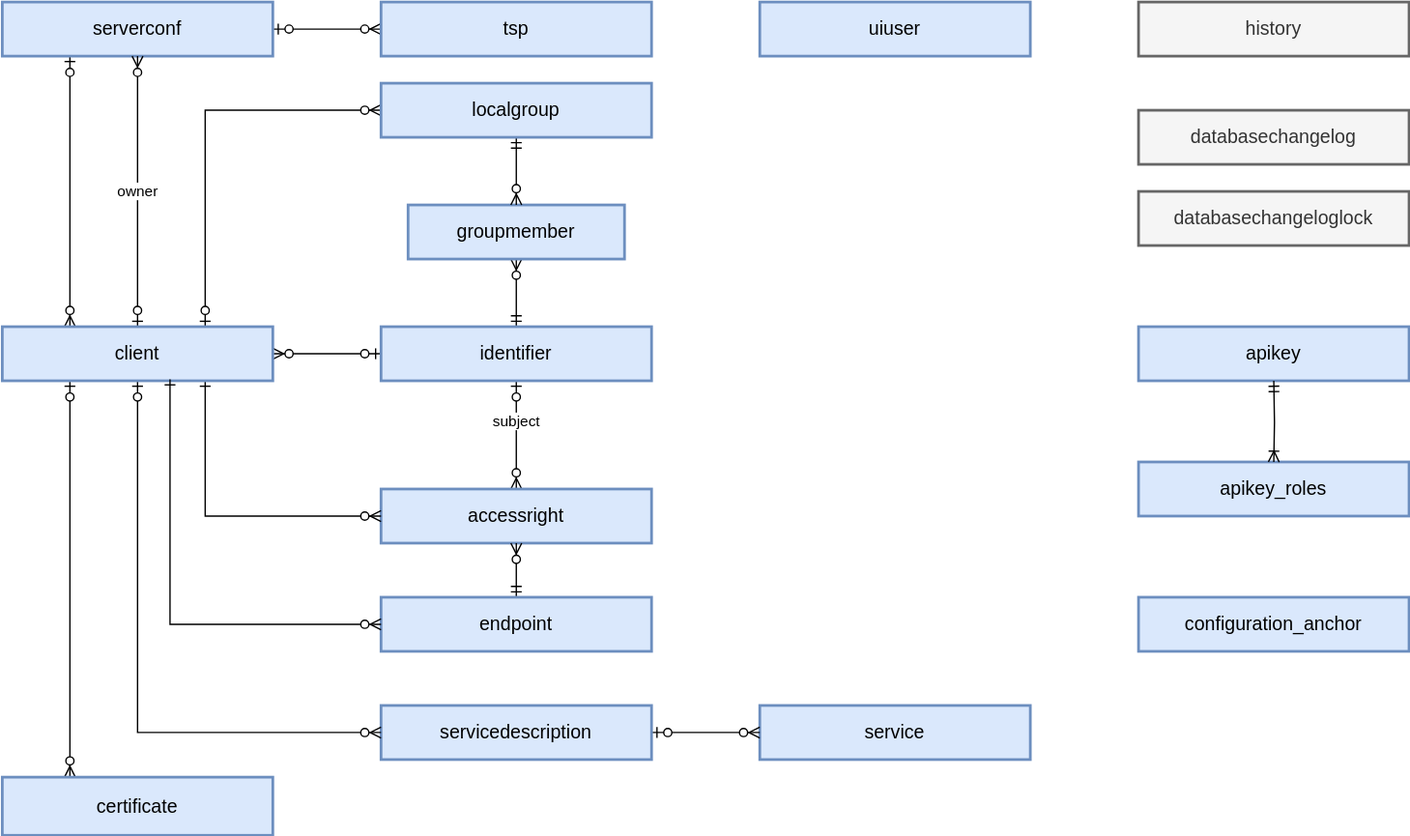
Above: doc/DataModels/img/dm-ss_x-road_security_server_configuration_data_model.svg in nordic-institute/X-Road (draw.io), before the change. Source tidied: cells renumbered, new cells last; positions are measured from the earlier drawing's top-left corner, leaving out a move shared by most shapes. The source it was exported from:
```xml
<mxGraphModel background="#ffffff">
  <root>
    <mxCell id="0" />
    <mxCell id="1" parent="0" />
    <mxCell id="2" value="service&lt;br&gt;" style="strokeWidth=2;whiteSpace=wrap;html=1;align=center;fontSize=14;fillColor=#dae8fc;strokeColor=#6c8ebf;" parent="1" vertex="1">
      <mxGeometry x="560" y="520" width="200" height="40" as="geometry" />
    </mxCell>
    <mxCell id="3" style="edgeStyle=orthogonalEdgeStyle;rounded=0;jettySize=auto;html=1;exitX=1;exitY=0.5;exitDx=0;exitDy=0;entryX=0;entryY=0.5;entryDx=0;entryDy=0;startArrow=ERzeroToOne;startFill=1;endArrow=ERzeroToMany;endFill=1;" parent="1" edge="1" source="4" target="2">
      <mxGeometry relative="1" as="geometry" />
    </mxCell>
    <mxCell id="4" value="servicedescription&lt;br&gt;" style="strokeWidth=2;whiteSpace=wrap;html=1;align=center;fontSize=14;fillColor=#dae8fc;strokeColor=#6c8ebf;" parent="1" vertex="1">
      <mxGeometry x="280" y="520" width="200" height="40" as="geometry" />
    </mxCell>
    <mxCell id="5" style="edgeStyle=orthogonalEdgeStyle;rounded=0;jettySize=auto;html=1;exitX=0;exitY=0.5;exitDx=0;exitDy=0;startArrow=ERzeroToOne;startFill=1;endArrow=ERzeroToMany;endFill=1;comic=0;" parent="1" edge="1" source="8" target="24">
      <mxGeometry relative="1" as="geometry" />
    </mxCell>
    <mxCell id="6" value="subject&lt;br&gt;" style="edgeStyle=orthogonalEdgeStyle;rounded=0;jettySize=auto;html=1;exitX=0.5;exitY=1;exitDx=0;exitDy=0;entryX=0.5;entryY=0;entryDx=0;entryDy=0;startArrow=ERzeroToOne;startFill=1;endArrow=ERzeroToMany;endFill=1;" parent="1" edge="1" source="8" target="10">
      <mxGeometry x="-0.25" relative="1" as="geometry" />
    </mxCell>
    <mxCell id="7" style="edgeStyle=orthogonalEdgeStyle;rounded=0;jettySize=auto;html=1;exitX=0.5;exitY=0;exitDx=0;exitDy=0;entryX=0.5;entryY=1;entryDx=0;entryDy=0;startArrow=ERmandOne;startFill=0;endArrow=ERzeroToMany;endFill=1;" parent="1" edge="1" source="8" target="9">
      <mxGeometry relative="1" as="geometry" />
    </mxCell>
    <mxCell id="8" value="identifier&lt;br&gt;" style="strokeWidth=2;whiteSpace=wrap;html=1;align=center;fontSize=14;fillColor=#dae8fc;strokeColor=#6c8ebf;" parent="1" vertex="1">
      <mxGeometry x="280" y="240" width="200" height="40" as="geometry" />
    </mxCell>
    <mxCell id="9" value="groupmember&lt;br&gt;" style="strokeWidth=2;whiteSpace=wrap;html=1;align=center;fontSize=14;fillColor=#dae8fc;strokeColor=#6c8ebf;" parent="1" vertex="1">
      <mxGeometry x="300" y="150" width="160" height="40" as="geometry" />
    </mxCell>
    <mxCell id="10" value="accessright&lt;br&gt;" style="strokeWidth=2;whiteSpace=wrap;html=1;align=center;fontSize=14;fillColor=#dae8fc;strokeColor=#6c8ebf;" parent="1" vertex="1">
      <mxGeometry x="280" y="360" width="200" height="40" as="geometry" />
    </mxCell>
    <mxCell id="11" value="databasechangeloglock&lt;br&gt;" style="strokeWidth=2;whiteSpace=wrap;html=1;align=center;fontSize=14;fillColor=#f5f5f5;strokeColor=#666666;fontColor=#333333;" parent="1" vertex="1">
      <mxGeometry x="840" y="140" width="200" height="40" as="geometry" />
    </mxCell>
    <mxCell id="12" value="databasechangelog&lt;br&gt;" style="strokeWidth=2;whiteSpace=wrap;html=1;align=center;fontSize=14;fillColor=#f5f5f5;strokeColor=#666666;fontColor=#333333;" parent="1" vertex="1">
      <mxGeometry x="840" y="80" width="200" height="40" as="geometry" />
    </mxCell>
    <mxCell id="13" value="history&lt;br&gt;" style="strokeWidth=2;whiteSpace=wrap;html=1;align=center;fontSize=14;fillColor=#f5f5f5;strokeColor=#666666;fontColor=#333333;" parent="1" vertex="1">
      <mxGeometry x="840" width="200" height="40" as="geometry" />
    </mxCell>
    <mxCell id="14" value="uiuser&lt;br&gt;" style="strokeWidth=2;whiteSpace=wrap;html=1;align=center;fontSize=14;fillColor=#dae8fc;strokeColor=#6c8ebf;" parent="1" vertex="1">
      <mxGeometry x="560" width="200" height="40" as="geometry" />
    </mxCell>
    <mxCell id="15" style="edgeStyle=orthogonalEdgeStyle;rounded=0;jettySize=auto;html=1;exitX=1;exitY=0.5;exitDx=0;exitDy=0;entryX=0;entryY=0.5;entryDx=0;entryDy=0;startArrow=ERzeroToOne;startFill=1;endArrow=ERzeroToMany;endFill=1;" parent="1" edge="1" source="17" target="18">
      <mxGeometry relative="1" as="geometry" />
    </mxCell>
    <mxCell id="16" style="edgeStyle=orthogonalEdgeStyle;rounded=0;jettySize=auto;html=1;exitX=0.25;exitY=1;exitDx=0;exitDy=0;startArrow=ERzeroToOne;startFill=1;endArrow=ERzeroToMany;endFill=1;entryX=0.25;entryY=0;entryDx=0;entryDy=0;" parent="1" edge="1" source="17" target="24">
      <mxGeometry relative="1" as="geometry" />
    </mxCell>
    <mxCell id="17" value="serverconf&lt;br&gt;" style="strokeWidth=2;whiteSpace=wrap;html=1;align=center;fontSize=14;fillColor=#dae8fc;strokeColor=#6c8ebf;" parent="1" vertex="1">
      <mxGeometry width="200" height="40" as="geometry" />
    </mxCell>
    <mxCell id="18" value="tsp&lt;br&gt;" style="strokeWidth=2;whiteSpace=wrap;html=1;align=center;fontSize=14;fillColor=#dae8fc;strokeColor=#6c8ebf;" parent="1" vertex="1">
      <mxGeometry x="280" width="200" height="40" as="geometry" />
    </mxCell>
    <mxCell id="19" value="owner&lt;br&gt;" style="edgeStyle=orthogonalEdgeStyle;rounded=0;jettySize=auto;html=1;exitX=0.5;exitY=0;exitDx=0;exitDy=0;entryX=0.5;entryY=1;entryDx=0;entryDy=0;startArrow=ERzeroToOne;startFill=1;endArrow=ERzeroToMany;endFill=1;" parent="1" edge="1" source="24" target="17">
      <mxGeometry relative="1" as="geometry" />
    </mxCell>
    <mxCell id="20" style="edgeStyle=orthogonalEdgeStyle;rounded=0;jettySize=auto;html=1;exitX=0.5;exitY=1;exitDx=0;exitDy=0;entryX=0;entryY=0.5;entryDx=0;entryDy=0;startArrow=ERzeroToOne;startFill=1;endArrow=ERzeroToMany;endFill=1;" parent="1" edge="1" source="24" target="4">
      <mxGeometry relative="1" as="geometry" />
    </mxCell>
    <mxCell id="21" style="edgeStyle=orthogonalEdgeStyle;rounded=0;jettySize=auto;html=1;exitX=0.75;exitY=1;exitDx=0;exitDy=0;entryX=0;entryY=0.5;entryDx=0;entryDy=0;startArrow=ERone;startFill=0;endArrow=ERzeroToMany;endFill=1;" parent="1" edge="1" source="24" target="10">
      <mxGeometry x="-0.39" relative="1" as="geometry" />
    </mxCell>
    <mxCell id="22" style="edgeStyle=orthogonalEdgeStyle;rounded=0;jettySize=auto;html=1;exitX=0.75;exitY=0;exitDx=0;exitDy=0;entryX=0;entryY=0.5;entryDx=0;entryDy=0;startArrow=ERzeroToOne;startFill=1;endArrow=ERzeroToMany;endFill=1;" parent="1" edge="1" source="24" target="26">
      <mxGeometry relative="1" as="geometry" />
    </mxCell>
    <mxCell id="23" style="edgeStyle=orthogonalEdgeStyle;rounded=0;jettySize=auto;html=1;exitX=0.25;exitY=1;exitDx=0;exitDy=0;entryX=0.25;entryY=0;entryDx=0;entryDy=0;startArrow=ERzeroToOne;startFill=1;endArrow=ERzeroToMany;endFill=1;" parent="1" edge="1" source="24" target="27">
      <mxGeometry relative="1" as="geometry" />
    </mxCell>
    <mxCell id="24" value="client&lt;br&gt;" style="strokeWidth=2;whiteSpace=wrap;html=1;align=center;fontSize=14;fillColor=#dae8fc;strokeColor=#6c8ebf;" parent="1" vertex="1">
      <mxGeometry y="240" width="200" height="40" as="geometry" />
    </mxCell>
    <mxCell id="25" style="edgeStyle=orthogonalEdgeStyle;rounded=0;jettySize=auto;html=1;exitX=0.5;exitY=1;exitDx=0;exitDy=0;startArrow=ERmandOne;startFill=0;endArrow=ERzeroToMany;endFill=1;" parent="1" edge="1" source="26" target="9">
      <mxGeometry relative="1" as="geometry" />
    </mxCell>
    <mxCell id="26" value="localgroup&lt;br&gt;" style="strokeWidth=2;whiteSpace=wrap;html=1;align=center;fontSize=14;fillColor=#dae8fc;strokeColor=#6c8ebf;" parent="1" vertex="1">
      <mxGeometry x="280" y="60" width="200" height="40" as="geometry" />
    </mxCell>
    <mxCell id="27" value="certificate&lt;br&gt;" style="strokeWidth=2;whiteSpace=wrap;html=1;align=center;fontSize=14;fillColor=#dae8fc;strokeColor=#6c8ebf;" parent="1" vertex="1">
      <mxGeometry y="573" width="200" height="43" as="geometry" />
    </mxCell>
    <mxCell id="28" style="edgeStyle=orthogonalEdgeStyle;rounded=0;jettySize=auto;html=1;exitX=0.5;exitY=0;exitDx=0;exitDy=0;endArrow=ERzeroToMany;endFill=1;startArrow=ERmandOne;startFill=0;" parent="1" edge="1" source="29" target="10">
      <mxGeometry relative="1" as="geometry" />
    </mxCell>
    <mxCell id="29" value="endpoint" style="strokeWidth=2;whiteSpace=wrap;html=1;align=center;fontSize=14;fillColor=#dae8fc;strokeColor=#6c8ebf;" parent="1" vertex="1">
      <mxGeometry x="280" y="440" width="200" height="40" as="geometry" />
    </mxCell>
    <mxCell id="30" style="edgeStyle=orthogonalEdgeStyle;rounded=0;jettySize=auto;html=1;exitX=0.62;exitY=0.975;exitDx=0;exitDy=0;entryX=0;entryY=0.5;entryDx=0;entryDy=0;startArrow=ERone;startFill=0;endArrow=ERzeroToMany;endFill=1;exitPerimeter=0;" parent="1" edge="1" source="24" target="29">
      <mxGeometry x="-0.39" relative="1" as="geometry" />
    </mxCell>
    <mxCell id="31" value="apikey" style="strokeWidth=2;whiteSpace=wrap;html=1;align=center;fontSize=14;fillColor=#dae8fc;strokeColor=#6c8ebf;" parent="1" vertex="1">
      <mxGeometry x="840" y="240" width="200" height="40" as="geometry" />
    </mxCell>
    <mxCell id="32" value="apikey_roles" style="strokeWidth=2;whiteSpace=wrap;html=1;align=center;fontSize=14;fillColor=#dae8fc;strokeColor=#6c8ebf;" parent="1" vertex="1">
      <mxGeometry x="840" y="340" width="200" height="40" as="geometry" />
    </mxCell>
    <mxCell id="33" style="edgeStyle=orthogonalEdgeStyle;rounded=0;jettySize=auto;html=1;exitX=0.5;exitY=1;exitDx=0;exitDy=0;startArrow=ERmandOne;startFill=0;endArrow=ERoneToMany;endFill=0;entryX=0.5;entryY=0;entryDx=0;entryDy=0;" parent="1" edge="1" target="32">
      <mxGeometry relative="1" as="geometry">
        <mxPoint x="940" y="280" as="sourcePoint" />
      </mxGeometry>
    </mxCell>
    <mxCell id="34" value="configuration_anchor" style="strokeWidth=2;whiteSpace=wrap;html=1;align=center;fontSize=14;fillColor=#dae8fc;strokeColor=#6c8ebf;" parent="1" vertex="1">
      <mxGeometry x="840" y="440" width="200" height="40" as="geometry" />
    </mxCell>
  </root>
</mxGraphModel>
```
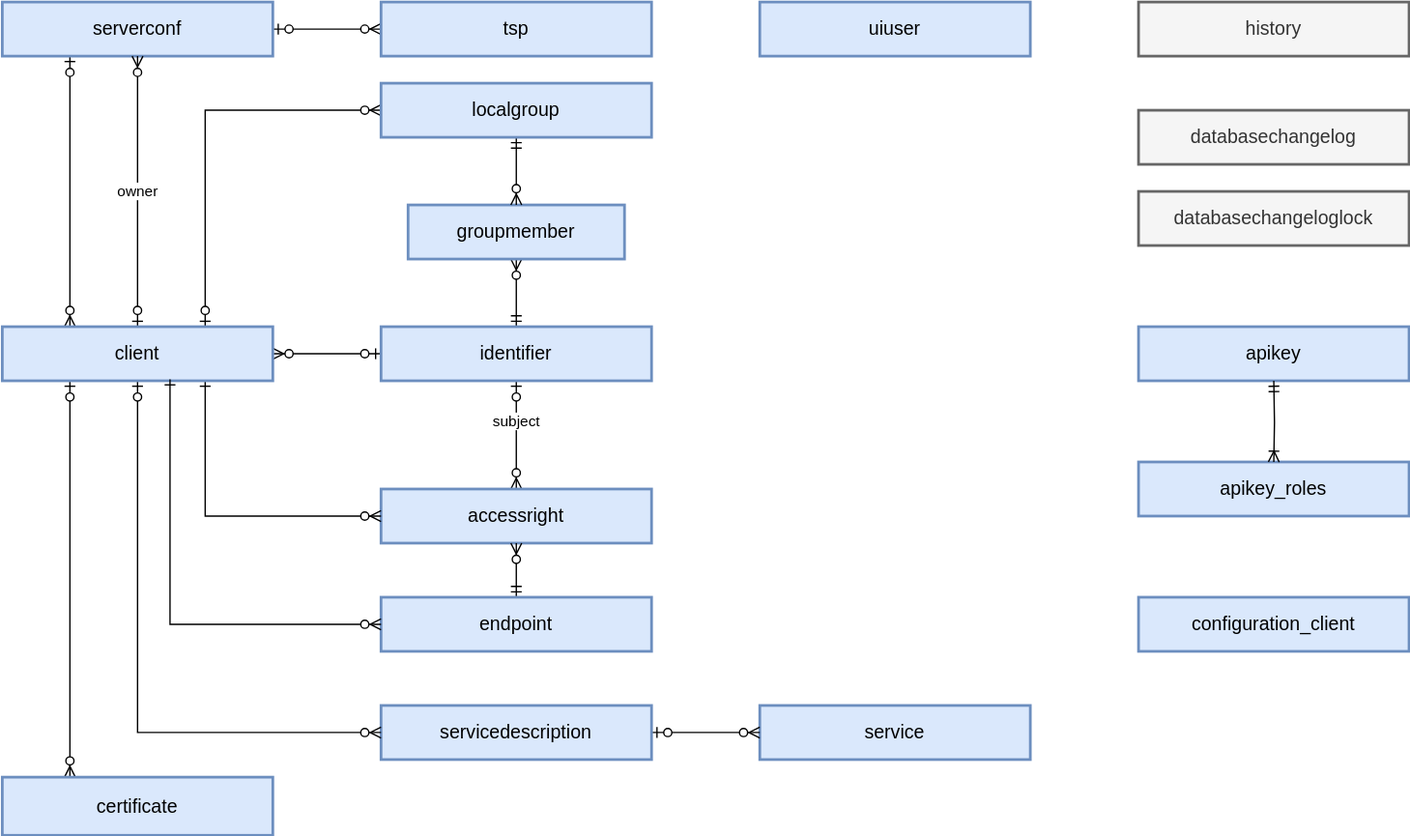
Later version of the same file.

The edit, as a diff of the source:
```diff
@@ -100,7 +100,7 @@
         <mxPoint x="940" y="280" as="sourcePoint" />
       </mxGeometry>
     </mxCell>
-    <mxCell id="34" value="configuration_anchor" style="strokeWidth=2;whiteSpace=wrap;html=1;align=center;fontSize=14;fillColor=#dae8fc;strokeColor=#6c8ebf;" parent="1" vertex="1">
+    <mxCell id="34" value="configuration_client" style="strokeWidth=2;whiteSpace=wrap;html=1;align=center;fontSize=14;fillColor=#dae8fc;strokeColor=#6c8ebf;" parent="1" vertex="1">
       <mxGeometry x="840" y="440" width="200" height="40" as="geometry" />
     </mxCell>
   </root>
```
